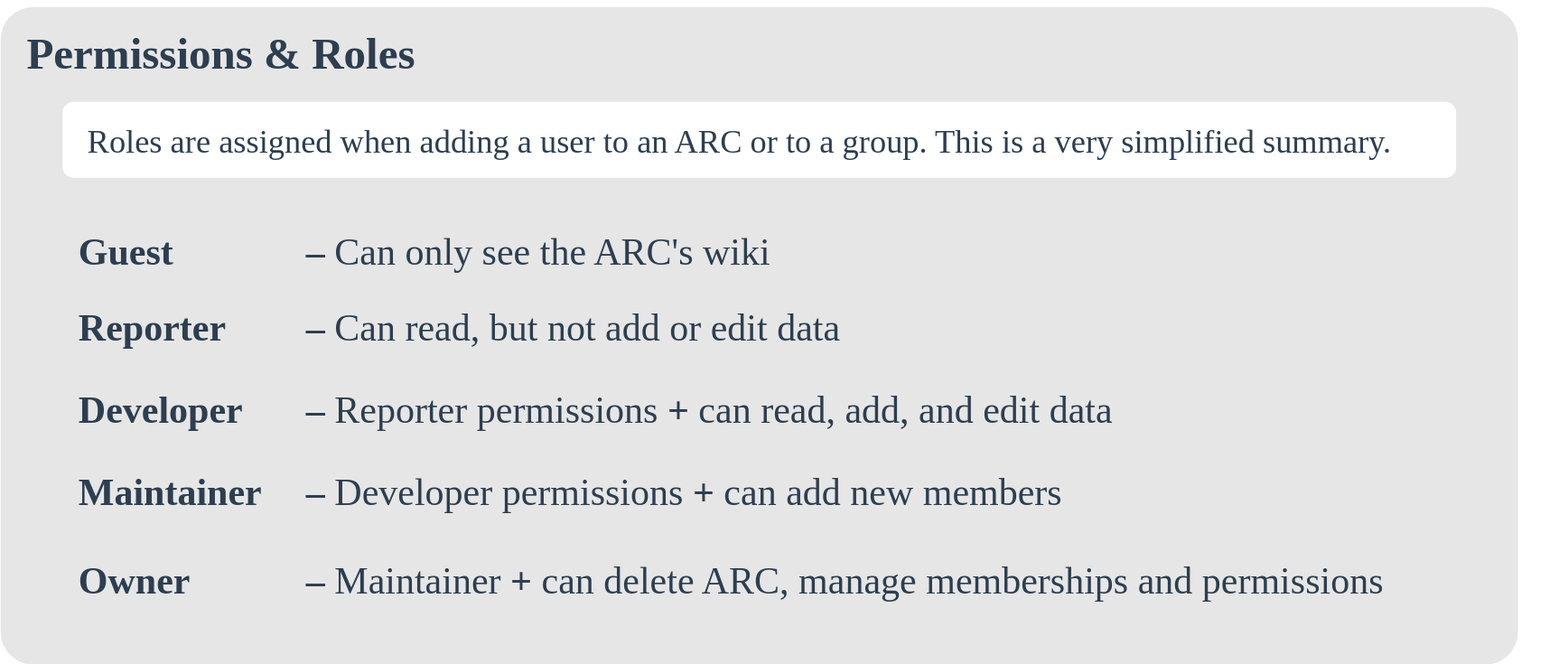
Above: public/images-tm/arc-sharing-permissionsroles.drawio.svg in nfdi4plants/training-material (draw.io), before the change. Source tidied: cells renumbered, new cells last; positions are measured from the earlier drawing's top-left corner, leaving out a move shared by most shapes. The source it was exported from:
```xml
<mxGraphModel>
  <root>
    <mxCell id="0" />
    <mxCell id="1" parent="0" />
    <mxCell id="2" value="&lt;b&gt;&lt;br&gt;&lt;/b&gt;" style="rounded=1;whiteSpace=wrap;html=1;strokeColor=none;arcSize=5;strokeWidth=2;fillColor=#E6E6E6;fontSize=30;fontFamily=Calibri;align=left;verticalAlign=top;spacingTop=0;spacing=20;" parent="1" vertex="1">
      <mxGeometry y="5" width="1200" height="520" as="geometry" />
    </mxCell>
    <mxCell id="3" value="&lt;b style=&quot;border-color: var(--border-color); color: rgb(0, 0, 0); font-family: Calibri; font-style: normal; font-variant-ligatures: normal; font-variant-caps: normal; letter-spacing: normal; orphans: 2; text-align: left; text-indent: 0px; text-transform: none; widows: 2; word-spacing: 0px; -webkit-text-stroke-width: 0px; text-decoration-thickness: initial; text-decoration-style: initial; text-decoration-color: initial;&quot;&gt;&lt;font style=&quot;border-color: var(--border-color);&quot; color=&quot;#2d3e50&quot;&gt;&lt;font style=&quot;font-size: 35px;&quot;&gt;Permissions &amp;amp; Roles&lt;/font&gt;&lt;br style=&quot;border-color: var(--border-color);&quot;&gt;&lt;/font&gt;&lt;/b&gt;" style="text;whiteSpace=wrap;html=1;fontSize=50;fontFamily=Calibri;fontColor=#2D3E50;fillColor=none;" parent="1" vertex="1">
      <mxGeometry x="19" width="351" height="80" as="geometry" />
    </mxCell>
    <mxCell id="4" value="&lt;span style=&quot;border-color: var(--border-color); font-family: Calibri; font-size: 30px; font-style: normal; font-variant-ligatures: normal; font-variant-caps: normal; letter-spacing: normal; orphans: 2; text-align: left; text-indent: 0px; text-transform: none; widows: 2; word-spacing: 0px; -webkit-text-stroke-width: 0px; text-decoration-thickness: initial; text-decoration-style: initial; text-decoration-color: initial;&quot;&gt;&lt;font style=&quot;border-color: var(--border-color);&quot; color=&quot;#2d3e50&quot;&gt;&lt;b style=&quot;&quot;&gt;Reporter &lt;span style=&quot;white-space: pre;&quot;&gt;&#9;&lt;/span&gt;– &lt;/b&gt;Can read, but not add or edit data&lt;br style=&quot;border-color: var(--border-color);&quot;&gt;&lt;/font&gt;&lt;/span&gt;" style="text;whiteSpace=wrap;html=1;fontSize=50;fontFamily=Calibri;fontColor=#2D3E50;fillColor=none;" parent="1" vertex="1">
      <mxGeometry x="60" y="214.5" width="820.4" height="80" as="geometry" />
    </mxCell>
    <mxCell id="5" value="&lt;span style=&quot;border-color: var(--border-color); color: rgb(0, 0, 0); font-family: Calibri; font-size: 30px; font-style: normal; font-variant-ligatures: normal; font-variant-caps: normal; letter-spacing: normal; orphans: 2; text-align: left; text-indent: 0px; text-transform: none; widows: 2; word-spacing: 0px; -webkit-text-stroke-width: 0px; text-decoration-thickness: initial; text-decoration-style: initial; text-decoration-color: initial;&quot;&gt;&lt;font style=&quot;border-color: var(--border-color);&quot; color=&quot;#2d3e50&quot;&gt;&lt;b&gt;Developer&amp;nbsp;&lt;span style=&quot;white-space: pre;&quot;&gt;&#9;&lt;/span&gt;–&lt;/b&gt;&amp;nbsp;Reporter permissions &lt;b&gt;+&lt;/b&gt;&amp;nbsp;can read, add, and edit data&lt;br style=&quot;border-color: var(--border-color);&quot;&gt;&lt;/font&gt;&lt;/span&gt;" style="text;whiteSpace=wrap;html=1;fontSize=50;fontFamily=Calibri;fontColor=#2D3E50;fillColor=none;" parent="1" vertex="1">
      <mxGeometry x="60" y="280.5" width="1050" height="80" as="geometry" />
    </mxCell>
    <mxCell id="6" value="&lt;font color=&quot;#2d3e50&quot;&gt;&lt;span style=&quot;font-size: 26px;&quot;&gt;Roles are assigned when adding a user to an ARC or to a group. This is a very simplified summary.&lt;/span&gt;&lt;/font&gt;" style="rounded=1;whiteSpace=wrap;html=1;strokeColor=none;arcSize=14;strokeWidth=2;fillColor=#FFFFFF;fontSize=30;fontFamily=Calibri;align=left;verticalAlign=middle;spacingTop=0;spacing=20;" parent="1" vertex="1">
      <mxGeometry x="49" y="80" width="1102" height="60" as="geometry" />
    </mxCell>
    <mxCell id="7" value="&lt;span style=&quot;border-color: var(--border-color); font-family: Calibri; font-size: 30px; font-style: normal; font-variant-ligatures: normal; font-variant-caps: normal; letter-spacing: normal; orphans: 2; text-align: left; text-indent: 0px; text-transform: none; widows: 2; word-spacing: 0px; -webkit-text-stroke-width: 0px; text-decoration-thickness: initial; text-decoration-style: initial; text-decoration-color: initial;&quot;&gt;&lt;font style=&quot;border-color: var(--border-color);&quot; color=&quot;#2d3e50&quot;&gt;&lt;b style=&quot;&quot;&gt;Guest &lt;span style=&quot;white-space: pre;&quot;&gt;&#9;&lt;span style=&quot;white-space: pre;&quot;&gt;&#9;&lt;/span&gt;&lt;/span&gt;–&lt;/b&gt;&amp;nbsp;Can only see the ARC's wiki&lt;br style=&quot;border-color: var(--border-color);&quot;&gt;&lt;/font&gt;&lt;/span&gt;" style="text;whiteSpace=wrap;html=1;fontSize=50;fontFamily=Calibri;fontColor=#2D3E50;fillColor=none;" parent="1" vertex="1">
      <mxGeometry x="60" y="155" width="1039.6" height="80" as="geometry" />
    </mxCell>
    <mxCell id="8" value="&lt;span style=&quot;border-color: var(--border-color); color: rgb(0, 0, 0); font-family: Calibri; font-size: 30px; font-style: normal; font-variant-ligatures: normal; font-variant-caps: normal; letter-spacing: normal; orphans: 2; text-align: left; text-indent: 0px; text-transform: none; widows: 2; word-spacing: 0px; -webkit-text-stroke-width: 0px; text-decoration-thickness: initial; text-decoration-style: initial; text-decoration-color: initial;&quot;&gt;&lt;font style=&quot;border-color: var(--border-color);&quot; color=&quot;#2d3e50&quot;&gt;&lt;b&gt;Maintainer &lt;span style=&quot;white-space: pre;&quot;&gt;&#9;&lt;/span&gt;–&lt;/b&gt;&amp;nbsp;Developer permissions &lt;b&gt;+ &lt;/b&gt;can&amp;nbsp;add new members&lt;br style=&quot;border-color: var(--border-color);&quot;&gt;&lt;/font&gt;&lt;/span&gt;" style="text;whiteSpace=wrap;html=1;fontSize=50;fontFamily=Calibri;fontColor=#2D3E50;fillColor=none;" parent="1" vertex="1">
      <mxGeometry x="60" y="345" width="1000" height="80" as="geometry" />
    </mxCell>
    <mxCell id="9" value="&lt;span style=&quot;border-color: var(--border-color); color: rgb(0, 0, 0); font-family: Calibri; font-size: 30px; font-style: normal; font-variant-ligatures: normal; font-variant-caps: normal; letter-spacing: normal; orphans: 2; text-align: left; text-indent: 0px; text-transform: none; widows: 2; word-spacing: 0px; -webkit-text-stroke-width: 0px; text-decoration-thickness: initial; text-decoration-style: initial; text-decoration-color: initial;&quot;&gt;&lt;font style=&quot;border-color: var(--border-color);&quot; color=&quot;#2d3e50&quot;&gt;&lt;b&gt;Owner &lt;span style=&quot;white-space: pre;&quot;&gt;&#9;&lt;/span&gt;&lt;span style=&quot;white-space: pre;&quot;&gt;&#9;&lt;/span&gt;–&lt;/b&gt;&amp;nbsp;Maintainer&amp;nbsp;&lt;b&gt;+&lt;/b&gt;&amp;nbsp;can delete ARC, manage memberships and permissions&lt;br style=&quot;border-color: var(--border-color);&quot;&gt;&lt;/font&gt;&lt;/span&gt;" style="text;whiteSpace=wrap;html=1;fontSize=50;fontFamily=Calibri;fontColor=#2D3E50;fillColor=none;" parent="1" vertex="1">
      <mxGeometry x="60" y="415" width="1180" height="80" as="geometry" />
    </mxCell>
  </root>
</mxGraphModel>
```
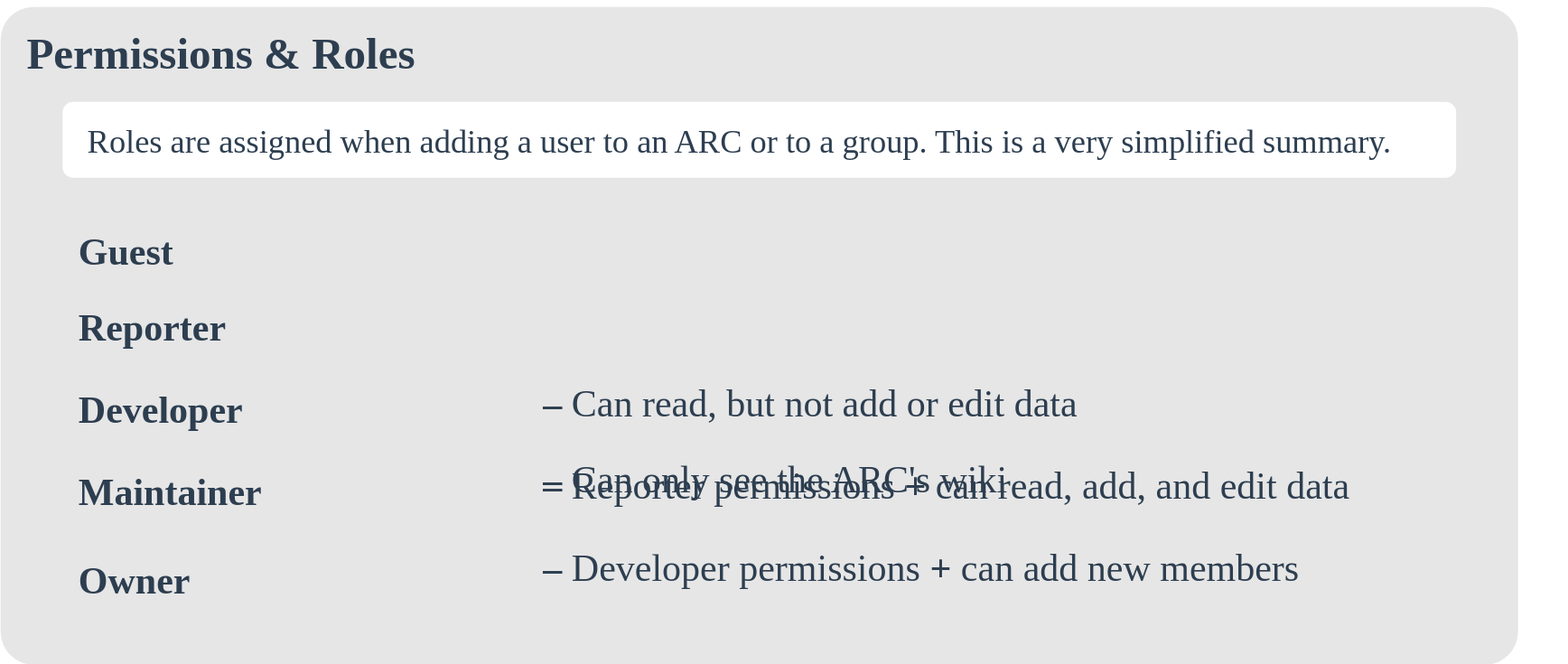
Later version of the same file.

What changed in the source:
```diff
@@ -2,28 +2,28 @@
   <root>
     <mxCell id="0" />
     <mxCell id="1" parent="0" />
-    <mxCell id="2" value="&lt;b&gt;&lt;br&gt;&lt;/b&gt;" style="rounded=1;whiteSpace=wrap;html=1;strokeColor=none;arcSize=5;strokeWidth=2;fillColor=#E6E6E6;fontSize=30;fontFamily=Calibri;align=left;verticalAlign=top;spacingTop=0;spacing=20;" parent="1" vertex="1">
+    <mxCell id="2" value="&lt;b&gt;&lt;br&gt;&lt;/b&gt;" style="rounded=1;whiteSpace=wrap;html=1;strokeColor=none;arcSize=5;strokeWidth=2;fillColor=#E6E6E6;fontSize=30;fontFamily=Gulim;align=left;verticalAlign=top;spacingTop=0;spacing=20;" parent="1" vertex="1">
       <mxGeometry y="5" width="1200" height="520" as="geometry" />
     </mxCell>
-    <mxCell id="3" value="&lt;b style=&quot;border-color: var(--border-color); color: rgb(0, 0, 0); font-family: Calibri; font-style: normal; font-variant-ligatures: normal; font-variant-caps: normal; letter-spacing: normal; orphans: 2; text-align: left; text-indent: 0px; text-transform: none; widows: 2; word-spacing: 0px; -webkit-text-stroke-width: 0px; text-decoration-thickness: initial; text-decoration-style: initial; text-decoration-color: initial;&quot;&gt;&lt;font style=&quot;border-color: var(--border-color);&quot; color=&quot;#2d3e50&quot;&gt;&lt;font style=&quot;font-size: 35px;&quot;&gt;Permissions &amp;amp; Roles&lt;/font&gt;&lt;br style=&quot;border-color: var(--border-color);&quot;&gt;&lt;/font&gt;&lt;/b&gt;" style="text;whiteSpace=wrap;html=1;fontSize=50;fontFamily=Calibri;fontColor=#2D3E50;fillColor=none;" parent="1" vertex="1">
+    <mxCell id="3" value="&lt;b style=&quot;border-color: var(--border-color); color: rgb(0, 0, 0); font-style: normal; font-variant-ligatures: normal; font-variant-caps: normal; letter-spacing: normal; orphans: 2; text-align: left; text-indent: 0px; text-transform: none; widows: 2; word-spacing: 0px; -webkit-text-stroke-width: 0px; text-decoration-thickness: initial; text-decoration-style: initial; text-decoration-color: initial;&quot;&gt;&lt;font color=&quot;#2d3e50&quot; style=&quot;border-color: var(--border-color);&quot;&gt;&lt;font style=&quot;font-size: 35px;&quot;&gt;Permissions &amp;amp; Roles&lt;/font&gt;&lt;br style=&quot;border-color: var(--border-color);&quot;&gt;&lt;/font&gt;&lt;/b&gt;" style="text;whiteSpace=wrap;html=1;fontSize=50;fontFamily=Gulim;fontColor=#2D3E50;fillColor=none;" parent="1" vertex="1">
       <mxGeometry x="19" width="351" height="80" as="geometry" />
     </mxCell>
-    <mxCell id="4" value="&lt;span style=&quot;border-color: var(--border-color); font-family: Calibri; font-size: 30px; font-style: normal; font-variant-ligatures: normal; font-variant-caps: normal; letter-spacing: normal; orphans: 2; text-align: left; text-indent: 0px; text-transform: none; widows: 2; word-spacing: 0px; -webkit-text-stroke-width: 0px; text-decoration-thickness: initial; text-decoration-style: initial; text-decoration-color: initial;&quot;&gt;&lt;font style=&quot;border-color: var(--border-color);&quot; color=&quot;#2d3e50&quot;&gt;&lt;b style=&quot;&quot;&gt;Reporter &lt;span style=&quot;white-space: pre;&quot;&gt;&#9;&lt;/span&gt;– &lt;/b&gt;Can read, but not add or edit data&lt;br style=&quot;border-color: var(--border-color);&quot;&gt;&lt;/font&gt;&lt;/span&gt;" style="text;whiteSpace=wrap;html=1;fontSize=50;fontFamily=Calibri;fontColor=#2D3E50;fillColor=none;" parent="1" vertex="1">
+    <mxCell id="4" value="&lt;span style=&quot;border-color: var(--border-color); font-size: 30px; font-style: normal; font-variant-ligatures: normal; font-variant-caps: normal; letter-spacing: normal; orphans: 2; text-align: left; text-indent: 0px; text-transform: none; widows: 2; word-spacing: 0px; -webkit-text-stroke-width: 0px; text-decoration-thickness: initial; text-decoration-style: initial; text-decoration-color: initial;&quot;&gt;&lt;font color=&quot;#2d3e50&quot; style=&quot;border-color: var(--border-color);&quot;&gt;&lt;b style=&quot;&quot;&gt;Reporter &lt;span style=&quot;white-space: pre;&quot;&gt;&#9;&lt;/span&gt;– &lt;/b&gt;Can read, but not add or edit data&lt;br style=&quot;border-color: var(--border-color);&quot;&gt;&lt;/font&gt;&lt;/span&gt;" style="text;whiteSpace=wrap;html=1;fontSize=50;fontFamily=Gulim;fontColor=#2D3E50;fillColor=none;" parent="1" vertex="1">
       <mxGeometry x="60" y="214.5" width="820.4" height="80" as="geometry" />
     </mxCell>
-    <mxCell id="5" value="&lt;span style=&quot;border-color: var(--border-color); color: rgb(0, 0, 0); font-family: Calibri; font-size: 30px; font-style: normal; font-variant-ligatures: normal; font-variant-caps: normal; letter-spacing: normal; orphans: 2; text-align: left; text-indent: 0px; text-transform: none; widows: 2; word-spacing: 0px; -webkit-text-stroke-width: 0px; text-decoration-thickness: initial; text-decoration-style: initial; text-decoration-color: initial;&quot;&gt;&lt;font style=&quot;border-color: var(--border-color);&quot; color=&quot;#2d3e50&quot;&gt;&lt;b&gt;Developer&amp;nbsp;&lt;span style=&quot;white-space: pre;&quot;&gt;&#9;&lt;/span&gt;–&lt;/b&gt;&amp;nbsp;Reporter permissions &lt;b&gt;+&lt;/b&gt;&amp;nbsp;can read, add, and edit data&lt;br style=&quot;border-color: var(--border-color);&quot;&gt;&lt;/font&gt;&lt;/span&gt;" style="text;whiteSpace=wrap;html=1;fontSize=50;fontFamily=Calibri;fontColor=#2D3E50;fillColor=none;" parent="1" vertex="1">
+    <mxCell id="5" value="&lt;span style=&quot;border-color: var(--border-color); color: rgb(0, 0, 0); font-size: 30px; font-style: normal; font-variant-ligatures: normal; font-variant-caps: normal; letter-spacing: normal; orphans: 2; text-align: left; text-indent: 0px; text-transform: none; widows: 2; word-spacing: 0px; -webkit-text-stroke-width: 0px; text-decoration-thickness: initial; text-decoration-style: initial; text-decoration-color: initial;&quot;&gt;&lt;font color=&quot;#2d3e50&quot; style=&quot;border-color: var(--border-color);&quot;&gt;&lt;b&gt;Developer&amp;nbsp;&lt;span style=&quot;white-space: pre;&quot;&gt;&#9;&lt;/span&gt;–&lt;/b&gt;&amp;nbsp;Reporter permissions &lt;b&gt;+&lt;/b&gt;&amp;nbsp;can read, add, and edit data&lt;br style=&quot;border-color: var(--border-color);&quot;&gt;&lt;/font&gt;&lt;/span&gt;" style="text;whiteSpace=wrap;html=1;fontSize=50;fontFamily=Gulim;fontColor=#2D3E50;fillColor=none;" parent="1" vertex="1">
       <mxGeometry x="60" y="280.5" width="1050" height="80" as="geometry" />
     </mxCell>
-    <mxCell id="6" value="&lt;font color=&quot;#2d3e50&quot;&gt;&lt;span style=&quot;font-size: 26px;&quot;&gt;Roles are assigned when adding a user to an ARC or to a group. This is a very simplified summary.&lt;/span&gt;&lt;/font&gt;" style="rounded=1;whiteSpace=wrap;html=1;strokeColor=none;arcSize=14;strokeWidth=2;fillColor=#FFFFFF;fontSize=30;fontFamily=Calibri;align=left;verticalAlign=middle;spacingTop=0;spacing=20;" parent="1" vertex="1">
+    <mxCell id="6" value="&lt;font color=&quot;#2d3e50&quot;&gt;&lt;span style=&quot;font-size: 26px;&quot;&gt;Roles are assigned when adding a user to an ARC or to a group. This is a very simplified summary.&lt;/span&gt;&lt;/font&gt;" style="rounded=1;whiteSpace=wrap;html=1;strokeColor=none;arcSize=14;strokeWidth=2;fillColor=#FFFFFF;fontSize=30;fontFamily=Gulim;align=left;verticalAlign=middle;spacingTop=0;spacing=20;" parent="1" vertex="1">
       <mxGeometry x="49" y="80" width="1102" height="60" as="geometry" />
     </mxCell>
-    <mxCell id="7" value="&lt;span style=&quot;border-color: var(--border-color); font-family: Calibri; font-size: 30px; font-style: normal; font-variant-ligatures: normal; font-variant-caps: normal; letter-spacing: normal; orphans: 2; text-align: left; text-indent: 0px; text-transform: none; widows: 2; word-spacing: 0px; -webkit-text-stroke-width: 0px; text-decoration-thickness: initial; text-decoration-style: initial; text-decoration-color: initial;&quot;&gt;&lt;font style=&quot;border-color: var(--border-color);&quot; color=&quot;#2d3e50&quot;&gt;&lt;b style=&quot;&quot;&gt;Guest &lt;span style=&quot;white-space: pre;&quot;&gt;&#9;&lt;span style=&quot;white-space: pre;&quot;&gt;&#9;&lt;/span&gt;&lt;/span&gt;–&lt;/b&gt;&amp;nbsp;Can only see the ARC's wiki&lt;br style=&quot;border-color: var(--border-color);&quot;&gt;&lt;/font&gt;&lt;/span&gt;" style="text;whiteSpace=wrap;html=1;fontSize=50;fontFamily=Calibri;fontColor=#2D3E50;fillColor=none;" parent="1" vertex="1">
+    <mxCell id="7" value="&lt;span style=&quot;border-color: var(--border-color); font-size: 30px; font-style: normal; font-variant-ligatures: normal; font-variant-caps: normal; letter-spacing: normal; orphans: 2; text-align: left; text-indent: 0px; text-transform: none; widows: 2; word-spacing: 0px; -webkit-text-stroke-width: 0px; text-decoration-thickness: initial; text-decoration-style: initial; text-decoration-color: initial;&quot;&gt;&lt;font color=&quot;#2d3e50&quot; style=&quot;border-color: var(--border-color);&quot;&gt;&lt;b style=&quot;&quot;&gt;Guest &lt;span style=&quot;white-space: pre;&quot;&gt;&#9;&lt;span style=&quot;white-space: pre;&quot;&gt;&#9;&lt;/span&gt;&lt;/span&gt;–&lt;/b&gt;&amp;nbsp;Can only see the ARC's wiki&lt;br style=&quot;border-color: var(--border-color);&quot;&gt;&lt;/font&gt;&lt;/span&gt;" style="text;whiteSpace=wrap;html=1;fontSize=50;fontFamily=Gulim;fontColor=#2D3E50;fillColor=none;" parent="1" vertex="1">
       <mxGeometry x="60" y="155" width="1039.6" height="80" as="geometry" />
     </mxCell>
-    <mxCell id="8" value="&lt;span style=&quot;border-color: var(--border-color); color: rgb(0, 0, 0); font-family: Calibri; font-size: 30px; font-style: normal; font-variant-ligatures: normal; font-variant-caps: normal; letter-spacing: normal; orphans: 2; text-align: left; text-indent: 0px; text-transform: none; widows: 2; word-spacing: 0px; -webkit-text-stroke-width: 0px; text-decoration-thickness: initial; text-decoration-style: initial; text-decoration-color: initial;&quot;&gt;&lt;font style=&quot;border-color: var(--border-color);&quot; color=&quot;#2d3e50&quot;&gt;&lt;b&gt;Maintainer &lt;span style=&quot;white-space: pre;&quot;&gt;&#9;&lt;/span&gt;–&lt;/b&gt;&amp;nbsp;Developer permissions &lt;b&gt;+ &lt;/b&gt;can&amp;nbsp;add new members&lt;br style=&quot;border-color: var(--border-color);&quot;&gt;&lt;/font&gt;&lt;/span&gt;" style="text;whiteSpace=wrap;html=1;fontSize=50;fontFamily=Calibri;fontColor=#2D3E50;fillColor=none;" parent="1" vertex="1">
+    <mxCell id="8" value="&lt;span style=&quot;border-color: var(--border-color); color: rgb(0, 0, 0); font-size: 30px; font-style: normal; font-variant-ligatures: normal; font-variant-caps: normal; letter-spacing: normal; orphans: 2; text-align: left; text-indent: 0px; text-transform: none; widows: 2; word-spacing: 0px; -webkit-text-stroke-width: 0px; text-decoration-thickness: initial; text-decoration-style: initial; text-decoration-color: initial;&quot;&gt;&lt;font color=&quot;#2d3e50&quot; style=&quot;border-color: var(--border-color);&quot;&gt;&lt;b&gt;Maintainer &lt;span style=&quot;white-space: pre;&quot;&gt;&#9;&lt;/span&gt;–&lt;/b&gt;&amp;nbsp;Developer permissions &lt;b&gt;+ &lt;/b&gt;can&amp;nbsp;add new members&lt;br style=&quot;border-color: var(--border-color);&quot;&gt;&lt;/font&gt;&lt;/span&gt;" style="text;whiteSpace=wrap;html=1;fontSize=50;fontFamily=Gulim;fontColor=#2D3E50;fillColor=none;" parent="1" vertex="1">
       <mxGeometry x="60" y="345" width="1000" height="80" as="geometry" />
     </mxCell>
-    <mxCell id="9" value="&lt;span style=&quot;border-color: var(--border-color); color: rgb(0, 0, 0); font-family: Calibri; font-size: 30px; font-style: normal; font-variant-ligatures: normal; font-variant-caps: normal; letter-spacing: normal; orphans: 2; text-align: left; text-indent: 0px; text-transform: none; widows: 2; word-spacing: 0px; -webkit-text-stroke-width: 0px; text-decoration-thickness: initial; text-decoration-style: initial; text-decoration-color: initial;&quot;&gt;&lt;font style=&quot;border-color: var(--border-color);&quot; color=&quot;#2d3e50&quot;&gt;&lt;b&gt;Owner &lt;span style=&quot;white-space: pre;&quot;&gt;&#9;&lt;/span&gt;&lt;span style=&quot;white-space: pre;&quot;&gt;&#9;&lt;/span&gt;–&lt;/b&gt;&amp;nbsp;Maintainer&amp;nbsp;&lt;b&gt;+&lt;/b&gt;&amp;nbsp;can delete ARC, manage memberships and permissions&lt;br style=&quot;border-color: var(--border-color);&quot;&gt;&lt;/font&gt;&lt;/span&gt;" style="text;whiteSpace=wrap;html=1;fontSize=50;fontFamily=Calibri;fontColor=#2D3E50;fillColor=none;" parent="1" vertex="1">
+    <mxCell id="9" value="&lt;span style=&quot;border-color: var(--border-color); color: rgb(0, 0, 0); font-size: 30px; font-style: normal; font-variant-ligatures: normal; font-variant-caps: normal; letter-spacing: normal; orphans: 2; text-align: left; text-indent: 0px; text-transform: none; widows: 2; word-spacing: 0px; -webkit-text-stroke-width: 0px; text-decoration-thickness: initial; text-decoration-style: initial; text-decoration-color: initial;&quot;&gt;&lt;font color=&quot;#2d3e50&quot; style=&quot;border-color: var(--border-color);&quot;&gt;&lt;b&gt;Owner &lt;span style=&quot;white-space: pre;&quot;&gt;&#9;&lt;/span&gt;&lt;span style=&quot;white-space: pre;&quot;&gt;&#9;&lt;/span&gt;–&lt;/b&gt;&amp;nbsp;Maintainer&amp;nbsp;&lt;b&gt;+&lt;/b&gt;&amp;nbsp;can delete ARC, manage memberships and permissions&lt;br style=&quot;border-color: var(--border-color);&quot;&gt;&lt;/font&gt;&lt;/span&gt;" style="text;whiteSpace=wrap;html=1;fontSize=50;fontFamily=Gulim;fontColor=#2D3E50;fillColor=none;" parent="1" vertex="1">
       <mxGeometry x="60" y="415" width="1180" height="80" as="geometry" />
     </mxCell>
   </root>
```
